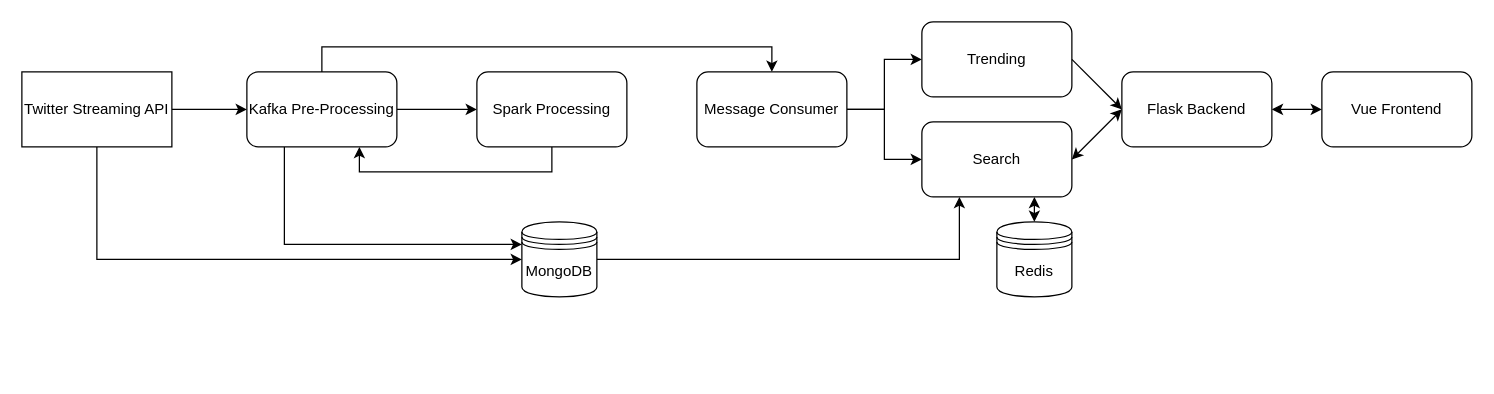
The draw.io diagram Untitled Diagram.drawio in lzy00codeforfun/Streaming_Analysis, before the edit. Source tidied: cells renumbered, new cells numbered last; positions are measured from the earlier drawing's top-left corner, leaving out a move shared by most shapes. Both pictures are drawn from the tidied source at 125%, with x=0, y=0 at pixel (21, 21).
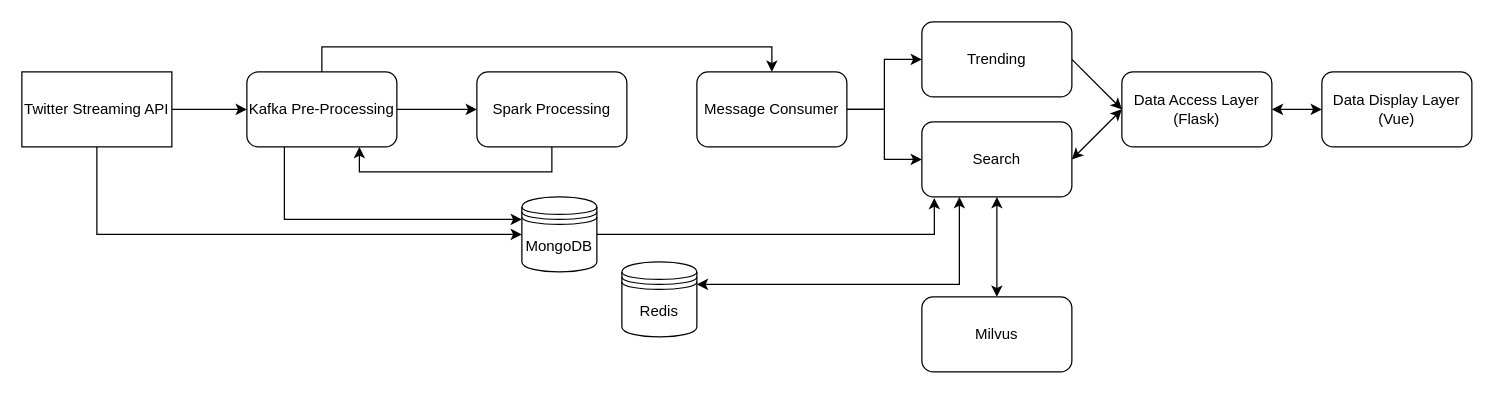
Above is the later version.

Unchanged cells that the change refers to:
```xml
<mxCell id="17" value="Search" style="rounded=1;whiteSpace=wrap;html=1;" parent="1" vertex="1">
  <mxGeometry x="720" y="80" width="120" height="60" as="geometry" />
</mxCell>
```

What changed in the source:
```diff
@@
-    <mxCell id="11" style="edgeStyle=orthogonalEdgeStyle;rounded=0;jettySize=auto;html=1;exitX=1;exitY=0.5;exitDx=0;exitDy=0;entryX=0.25;entryY=1;entryDx=0;entryDy=0;shadow=0;strokeColor=#000000;fillColor=#000000;" parent="1" edge="1" source="12" target="17">
+    <mxCell id="11" style="edgeStyle=orthogonalEdgeStyle;rounded=0;jettySize=auto;html=1;exitX=1;exitY=0.5;exitDx=0;exitDy=0;entryX=0.083;entryY=1.016;entryDx=0;entryDy=0;shadow=0;strokeColor=#000000;fillColor=#000000;entryPerimeter=0;" parent="1" edge="1" source="12" target="17">
       <mxGeometry relative="1" as="geometry" />
     </mxCell>
     <mxCell id="12" value="MongoDB" style="shape=datastore;whiteSpace=wrap;html=1;" parent="1" vertex="1">
-      <mxGeometry x="400" y="160" width="60" height="60" as="geometry" />
+      <mxGeometry x="400" y="140" width="60" height="60" as="geometry" />
     </mxCell>
@@
     <mxCell id="18" value="Redis" style="shape=datastore;whiteSpace=wrap;html=1;" parent="1" vertex="1">
-      <mxGeometry x="780" y="160" width="60" height="60" as="geometry" />
+      <mxGeometry x="480" y="192" width="60" height="60" as="geometry" />
     </mxCell>
-    <mxCell id="19" style="endArrow=classic;startArrow=classic;html=1;rounded=0;shadow=0;strokeColor=#000000;fillColor=#000000;entryX=0.75;entryY=1;entryDx=0;entryDy=0;exitX=0.5;exitY=0;exitDx=0;exitDy=0;" parent="1" edge="1" source="18" target="17">
-      <mxGeometry relative="1" as="geometry" />
-    </mxCell>
-    <mxCell id="20" value="Flask Backend" style="rounded=1;whiteSpace=wrap;html=1;" parent="1" vertex="1">
+    <mxCell id="20" value="Data Access Layer&lt;br&gt;(Flask)" style="rounded=1;whiteSpace=wrap;html=1;" parent="1" vertex="1">
       <mxGeometry x="880" y="40" width="120" height="60" as="geometry" />
     </mxCell>
@@
-    <mxCell id="23" value="Vue Frontend" style="rounded=1;whiteSpace=wrap;html=1;" parent="1" vertex="1">
+    <mxCell id="23" value="Data Display Layer&lt;br&gt;(Vue)" style="rounded=1;whiteSpace=wrap;html=1;" parent="1" vertex="1">
       <mxGeometry x="1040" y="40" width="120" height="60" as="geometry" />
     </mxCell>
@@
+    <mxCell id="25" value="Milvus&lt;br&gt;" style="rounded=1;whiteSpace=wrap;html=1;" parent="1" vertex="1">
+      <mxGeometry x="720" y="220" width="120" height="60" as="geometry" />
+    </mxCell>
+    <mxCell id="26" style="endArrow=classic;startArrow=classic;html=1;rounded=0;shadow=0;strokeColor=#000000;fillColor=#000000;entryX=0.5;entryY=1;entryDx=0;entryDy=0;exitX=0.5;exitY=0;exitDx=0;exitDy=0;" parent="1" edge="1" source="25" target="17">
+      <mxGeometry relative="1" as="geometry" />
+    </mxCell>
+    <mxCell id="19" style="endArrow=classic;startArrow=classic;html=1;rounded=0;shadow=0;strokeColor=#000000;fillColor=#000000;exitX=1;exitY=0.3;exitDx=0;exitDy=0;entryX=0.25;entryY=1;entryDx=0;entryDy=0;" parent="1" edge="1" source="18" target="17">
+      <mxGeometry relative="1" as="geometry">
+        <Array as="points">
+          <mxPoint x="750" y="210" />
+        </Array>
+      </mxGeometry>
+    </mxCell>
```
